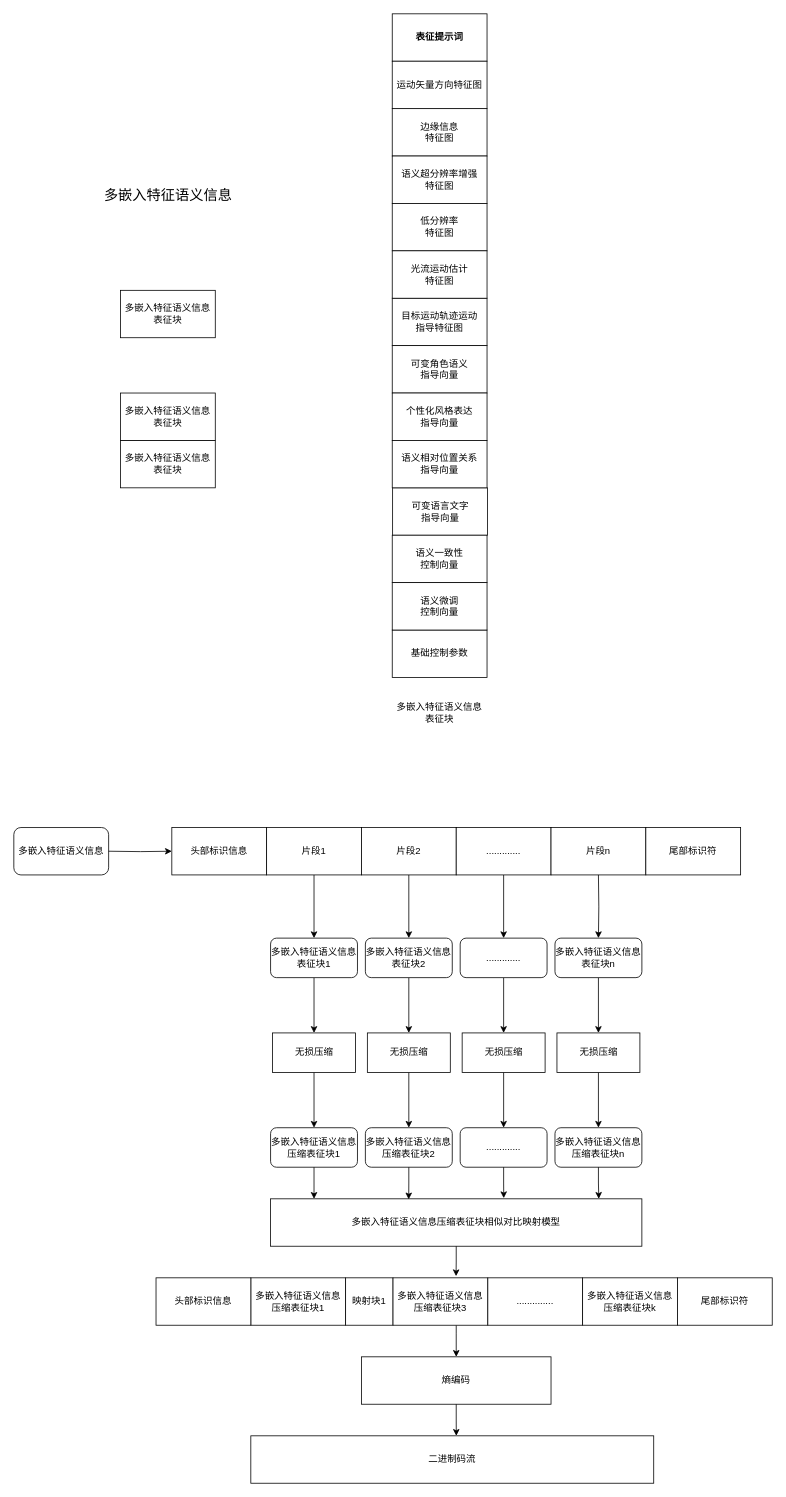
Earlier version of the draw.io diagram 语义信息编码及码流压缩模块_视频.drawio (hrf666666/FlowCharts). Source tidied: cells renumbered, new cells numbered last; positions are measured from the earlier drawing's top-left corner, leaving out a move shared by most shapes. Both pictures are drawn from the tidied source at 79%, with x=0, y=0 at pixel (13, 13).
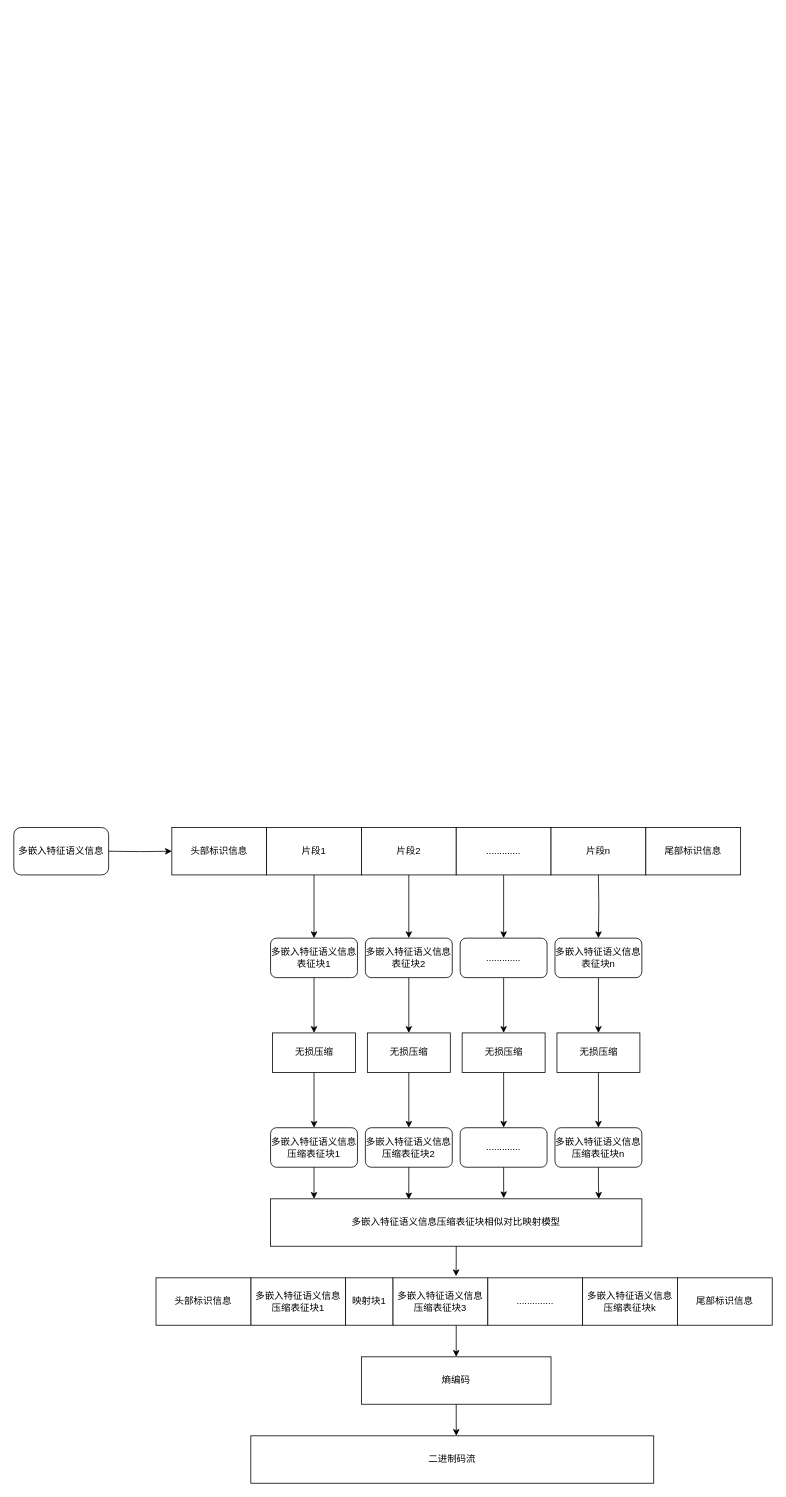
Above is the later version.

Commit message (it also covers changes not shown here):
更新语义信息编码及码流压缩模块_视频.drawio

The edit, as a diff of the source:
```diff
@@
-    <mxCell id="2" value="&lt;font style=&quot;font-size: 18px;&quot;&gt;多嵌入特征语义信息&lt;/font&gt;" style="text;html=1;align=center;verticalAlign=middle;strokeColor=none;fillColor=none;" parent="1" vertex="1">
-      <mxGeometry x="100" y="210" width="190" height="40" as="geometry" />
-    </mxCell>
-    <mxCell id="3" value="多嵌入特征语义信息表征块" style="rounded=0;whiteSpace=wrap;html=1;" parent="1" vertex="1">
-      <mxGeometry x="135" y="350" width="120" height="60" as="geometry" />
-    </mxCell>
-    <mxCell id="4" value="多嵌入特征语义信息表征块" style="rounded=0;whiteSpace=wrap;html=1;" parent="1" vertex="1">
-      <mxGeometry x="135" y="540" width="120" height="60" as="geometry" />
-    </mxCell>
-    <mxCell id="5" value="多嵌入特征语义信息表征块" style="rounded=0;whiteSpace=wrap;html=1;" parent="1" vertex="1">
-      <mxGeometry x="135" y="480" width="120" height="60" as="geometry" />
-    </mxCell>
-    <mxCell id="6" value="边缘信息&lt;div&gt;特征图&lt;/div&gt;" style="rounded=0;whiteSpace=wrap;html=1;" parent="1" vertex="1">
-      <mxGeometry x="479" y="120" width="120" height="60" as="geometry" />
-    </mxCell>
-    <mxCell id="7" value="&lt;b&gt;表征提示词&lt;/b&gt;" style="rounded=0;whiteSpace=wrap;html=1;" parent="1" vertex="1">
-      <mxGeometry x="479" width="120" height="60" as="geometry" />
-    </mxCell>
-    <mxCell id="8" value="目标运动轨迹运动&lt;div&gt;指导特征图&lt;/div&gt;" style="rounded=0;whiteSpace=wrap;html=1;" parent="1" vertex="1">
-      <mxGeometry x="479" y="360" width="120" height="60" as="geometry" />
-    </mxCell>
-    <mxCell id="9" value="语义超分辨率增强&lt;div&gt;特征图&lt;/div&gt;" style="rounded=0;whiteSpace=wrap;html=1;" parent="1" vertex="1">
-      <mxGeometry x="479" y="180" width="120" height="60" as="geometry" />
-    </mxCell>
-    <mxCell id="10" value="可变语言文字&lt;div&gt;指导向量&lt;/div&gt;" style="rounded=0;whiteSpace=wrap;html=1;" parent="1" vertex="1">
-      <mxGeometry x="479.5" y="600" width="120" height="60" as="geometry" />
-    </mxCell>
-    <mxCell id="11" value="&lt;div&gt;可变角色语义&lt;/div&gt;&lt;div&gt;指导向量&lt;/div&gt;" style="rounded=0;whiteSpace=wrap;html=1;" parent="1" vertex="1">
-      <mxGeometry x="479" y="420" width="120" height="60" as="geometry" />
-    </mxCell>
-    <mxCell id="12" value="&lt;div&gt;个性化风格表达&lt;/div&gt;&lt;div&gt;指导向量&lt;/div&gt;" style="rounded=0;whiteSpace=wrap;html=1;" parent="1" vertex="1">
-      <mxGeometry x="479" y="480" width="120" height="60" as="geometry" />
-    </mxCell>
-    <mxCell id="13" value="&lt;div&gt;低分辨率&lt;/div&gt;&lt;div&gt;特征图&lt;/div&gt;" style="rounded=0;whiteSpace=wrap;html=1;" parent="1" vertex="1">
-      <mxGeometry x="479" y="240" width="120" height="60" as="geometry" />
-    </mxCell>
-    <mxCell id="14" value="运动矢量方向特征图" style="rounded=0;whiteSpace=wrap;html=1;" parent="1" vertex="1">
-      <mxGeometry x="479" y="60" width="120" height="60" as="geometry" />
-    </mxCell>
-    <mxCell id="15" value="&lt;div&gt;光流运动估计&lt;/div&gt;&lt;div&gt;特征图&lt;/div&gt;" style="rounded=0;whiteSpace=wrap;html=1;" parent="1" vertex="1">
-      <mxGeometry x="479" y="300" width="120" height="60" as="geometry" />
-    </mxCell>
-    <mxCell id="16" value="&lt;div&gt;语义一致性&lt;/div&gt;&lt;div&gt;控制向量&lt;/div&gt;" style="rounded=0;whiteSpace=wrap;html=1;" parent="1" vertex="1">
-      <mxGeometry x="479" y="660" width="120" height="60" as="geometry" />
-    </mxCell>
-    <mxCell id="17" value="&lt;div&gt;基础控制参数&lt;/div&gt;" style="rounded=0;whiteSpace=wrap;html=1;" parent="1" vertex="1">
-      <mxGeometry x="479" y="780" width="120" height="60" as="geometry" />
-    </mxCell>
-    <mxCell id="18" value="语义相对位置关系&lt;div&gt;指导向量&lt;/div&gt;" style="rounded=0;whiteSpace=wrap;html=1;" parent="1" vertex="1">
-      <mxGeometry x="479" y="540" width="120" height="60" as="geometry" />
-    </mxCell>
-    <mxCell id="19" value="&lt;div&gt;语义微调&lt;/div&gt;&lt;div&gt;控制向量&lt;/div&gt;" style="rounded=0;whiteSpace=wrap;html=1;" parent="1" vertex="1">
-      <mxGeometry x="479" y="720" width="120" height="60" as="geometry" />
-    </mxCell>
-    <mxCell id="20" value="多嵌入特征语义信息表征块" style="text;html=1;align=center;verticalAlign=middle;whiteSpace=wrap;rounded=0;" parent="1" vertex="1">
-      <mxGeometry x="479" y="860" width="120" height="50" as="geometry" />
-    </mxCell>
@@
-    <mxCell id="33" value="尾部标识符" style="rounded=0;whiteSpace=wrap;html=1;" parent="1" vertex="1">
+    <mxCell id="33" value="尾部标识信息" style="rounded=0;whiteSpace=wrap;html=1;" parent="1" vertex="1">
       <mxGeometry x="800" y="1030" width="120" height="60" as="geometry" />
     </mxCell>
@@
-    <mxCell id="65" value="尾部标识符" style="rounded=0;whiteSpace=wrap;html=1;" parent="1" vertex="1">
+    <mxCell id="65" value="尾部标识信息" style="rounded=0;whiteSpace=wrap;html=1;" parent="1" vertex="1">
       <mxGeometry x="840" y="1600" width="120" height="60" as="geometry" />
     </mxCell>
```
